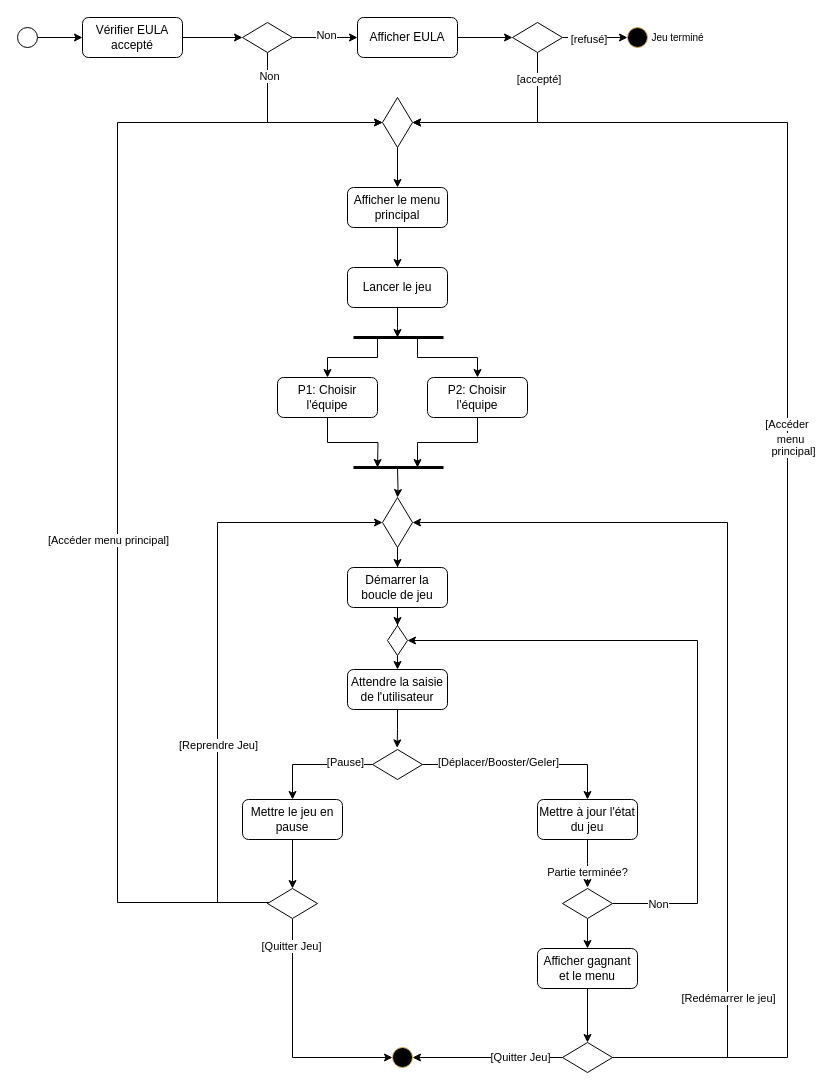
This is LaunchGameActivityDiagram.drawio from nsy115-11404f/modelisation, a draw.io file, before an edit. Source tidied: cells renumbered, new cells numbered last; positions are measured from the earlier drawing's top-left corner, leaving out a move shared by most shapes. Both pictures are drawn from the tidied source at 100%, with x=0, y=0 at pixel (17, 17).
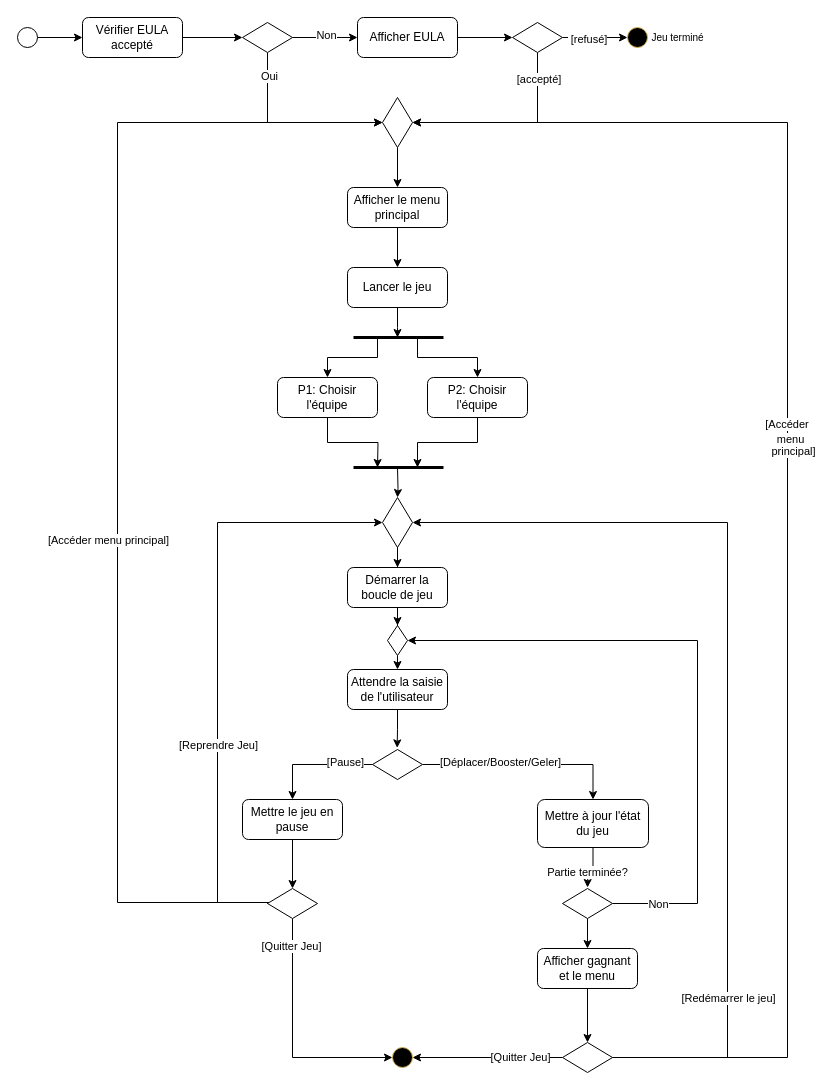
After the change.

Unchanged cells that the change refers to:
```xml
<mxCell id="8" style="edgeStyle=orthogonalEdgeStyle;rounded=0;jettySize=auto;html=1;exitX=0.5;exitY=1;exitDx=0;exitDy=0;entryX=0;entryY=0.5;entryDx=0;entryDy=0;" parent="1" edge="1" source="10" target="20">
  <mxGeometry relative="1" as="geometry" />
</mxCell>
```

The edit, as a diff of the source:
```diff
@@
-    <mxCell id="9" value="Non" style="edgeLabel;html=1;align=center;verticalAlign=middle;" parent="8" vertex="1">
+    <mxCell id="9" value="Oui" style="edgeLabel;html=1;align=center;verticalAlign=middle;" parent="8" vertex="1">
       <mxGeometry x="-0.75" y="1" relative="1" as="geometry" />
     </mxCell>
@@
     <mxCell id="46" value="Mettre à jour l'état du jeu" style="rounded=1;whiteSpace=wrap;html=1;" parent="1" vertex="1">
-      <mxGeometry x="520" y="782" width="100" height="40" as="geometry" />
+      <mxGeometry x="520" y="782" width="111" height="48" as="geometry" />
     </mxCell>
```
